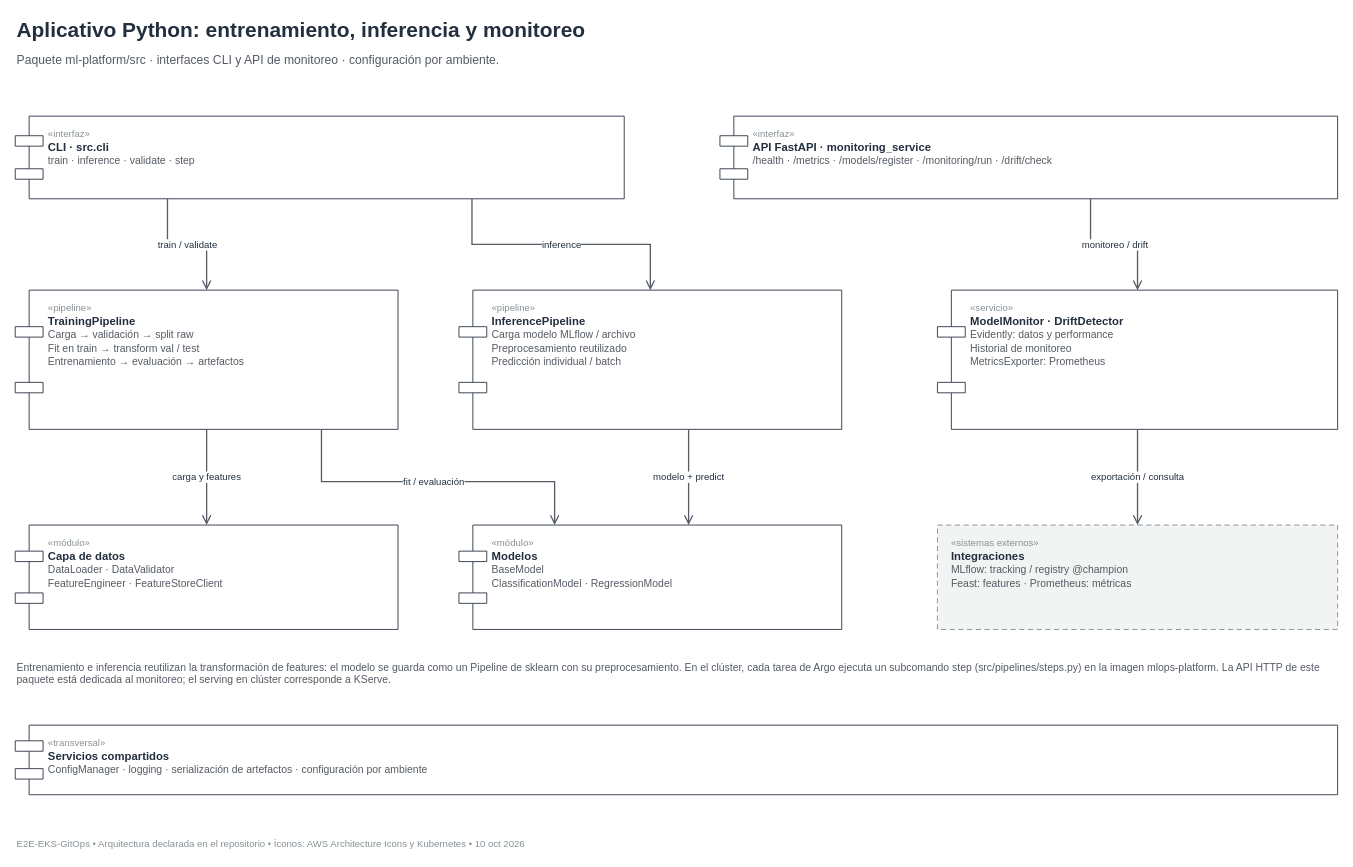
Earlier version of the draw.io diagram page "05 · Componentes Python" (5 of 5) of docs/architecture.drawio (JoseJulianMosqueraFuli/E2E-EKS-GitOps). Source tidied: cells renumbered, new cells numbered last; positions are measured from the earlier drawing's top-left corner, leaving out a move shared by most shapes. Both pictures are drawn from the tidied source at 87%, with x=0, y=0 at pixel (15, 15).
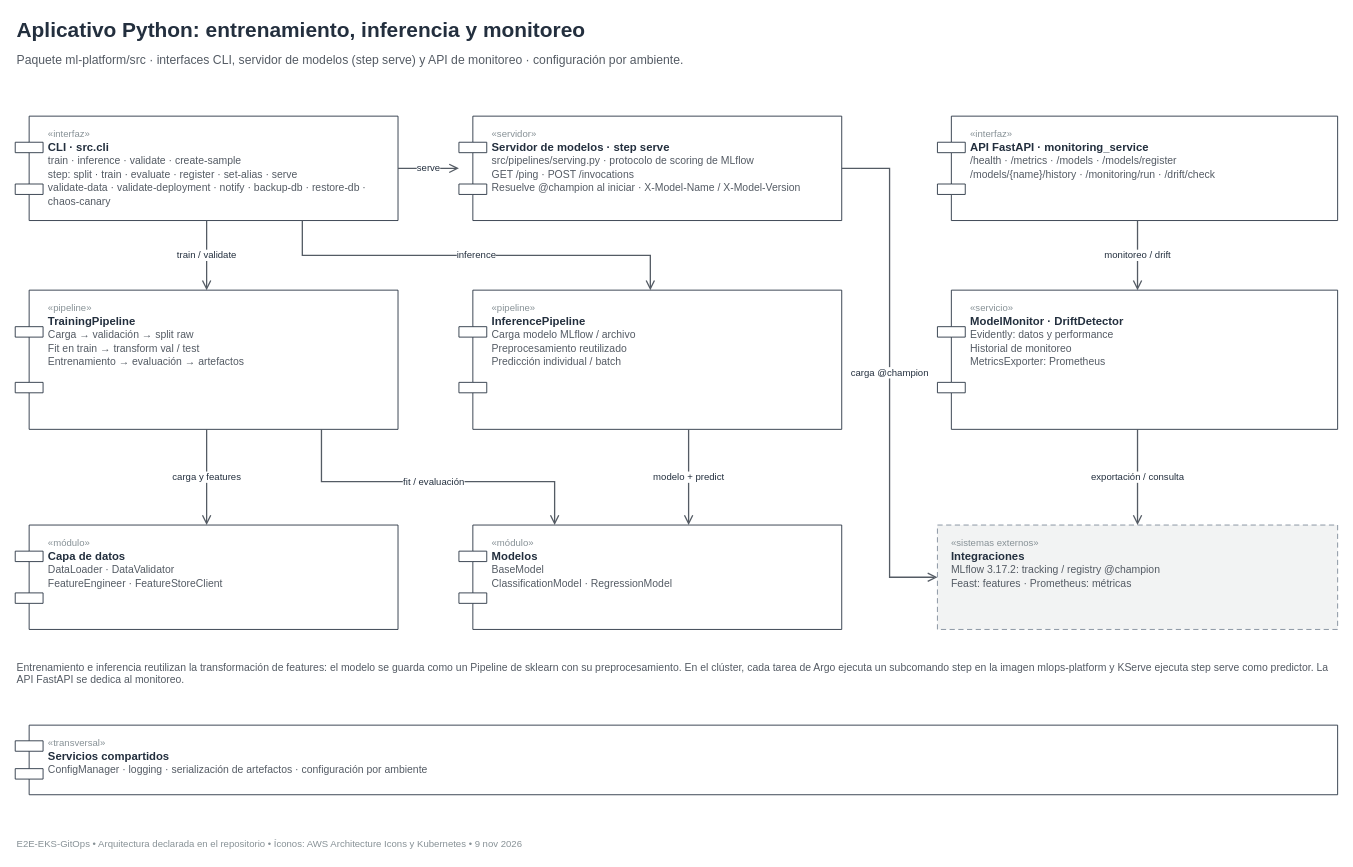
After the change.

Unchanged cells that the change refers to:
```xml
<mxCell id="7" value="&lt;font style=&quot;font-size:11px&quot; color=&quot;#879196&quot;&gt;«pipeline»&lt;/font&gt;&lt;br&gt;&lt;b&gt;TrainingPipeline&lt;/b&gt;&lt;br&gt;&lt;font style=&quot;font-size:12px&quot; color=&quot;#545B64&quot;&gt;Carga → validación → split raw&lt;/font&gt;&lt;br&gt;&lt;font style=&quot;font-size:12px&quot; color=&quot;#545B64&quot;&gt;Fit en train → transform val / test&lt;/font&gt;&lt;br&gt;&lt;font style=&quot;font-size:12px&quot; color=&quot;#545B64&quot;&gt;Entrenamiento → evaluación → artefactos&lt;/font&gt;" style="shape=component;align=left;spacingLeft=36;verticalAlign=top;spacingTop=6;whiteSpace=wrap;html=1;fillColor=#FFFFFF;strokeColor=#232F3E;fontColor=#232F3E;fontSize=13;fontFamily=Helvetica;" parent="1" vertex="1">
  <mxGeometry y="316" width="440" height="160" as="geometry" />
</mxCell>
<mxCell id="9" value="&lt;font style=&quot;font-size:11px&quot; color=&quot;#879196&quot;&gt;«servicio»&lt;/font&gt;&lt;br&gt;&lt;b&gt;ModelMonitor · DriftDetector&lt;/b&gt;&lt;br&gt;&lt;font style=&quot;font-size:12px&quot; color=&quot;#545B64&quot;&gt;Evidently: datos y performance&lt;/font&gt;&lt;br&gt;&lt;font style=&quot;font-size:12px&quot; color=&quot;#545B64&quot;&gt;Historial de monitoreo&lt;/font&gt;&lt;br&gt;&lt;font style=&quot;font-size:12px&quot; color=&quot;#545B64&quot;&gt;MetricsExporter: Prometheus&lt;/font&gt;" style="shape=component;align=left;spacingLeft=36;verticalAlign=top;spacingTop=6;whiteSpace=wrap;html=1;fillColor=#FFFFFF;strokeColor=#232F3E;fontColor=#232F3E;fontSize=13;fontFamily=Helvetica;" parent="1" vertex="1">
  <mxGeometry x="1060" y="316" width="460" height="160" as="geometry" />
</mxCell>
```

Change to the diagram source:
```diff
@@
-    <mxCell id="3" value="Paquete ml-platform/src · interfaces CLI y API de monitoreo · configuración por ambiente." style="text;html=1;align=left;verticalAlign=middle;fontSize=14;fontColor=#545B64;whiteSpace=wrap;fontFamily=Helvetica;" parent="1" vertex="1">
+    <mxCell id="3" value="Paquete ml-platform/src · interfaces CLI, servidor de modelos (step serve) y API de monitoreo · configuración por ambiente." style="text;html=1;align=left;verticalAlign=middle;fontSize=14;fontColor=#545B64;whiteSpace=wrap;fontFamily=Helvetica;" parent="1" vertex="1">
       <mxGeometry y="38" width="1520" height="26" as="geometry" />
     </mxCell>
-    <mxCell id="4" value="E2E-EKS-GitOps  •  Arquitectura declarada en el repositorio  •  Íconos: AWS Architecture Icons y Kubernetes  •  10 oct 2026" style="text;html=1;align=left;verticalAlign=middle;fontSize=11;fontColor=#879196;fontFamily=Helvetica;" parent="1" vertex="1">
+    <mxCell id="4" value="E2E-EKS-GitOps  •  Arquitectura declarada en el repositorio  •  Íconos: AWS Architecture Icons y Kubernetes  •  9 nov 2026" style="text;html=1;align=left;verticalAlign=middle;fontSize=11;fontColor=#879196;fontFamily=Helvetica;" parent="1" vertex="1">
       <mxGeometry y="942" width="1520" height="20" as="geometry" />
     </mxCell>
-    <mxCell id="5" value="&lt;font style=&quot;font-size:11px&quot; color=&quot;#879196&quot;&gt;«interfaz»&lt;/font&gt;&lt;br&gt;&lt;b&gt;CLI · src.cli&lt;/b&gt;&lt;br&gt;&lt;font style=&quot;font-size:12px&quot; color=&quot;#545B64&quot;&gt;train · inference · validate · step&lt;/font&gt;" style="shape=component;align=left;spacingLeft=36;verticalAlign=top;spacingTop=6;whiteSpace=wrap;html=1;fillColor=#FFFFFF;strokeColor=#232F3E;fontColor=#232F3E;fontSize=13;fontFamily=Helvetica;" parent="1" vertex="1">
-      <mxGeometry y="116" width="700" height="95" as="geometry" />
+    <mxCell id="5" value="&lt;font style=&quot;font-size:11px&quot; color=&quot;#879196&quot;&gt;«interfaz»&lt;/font&gt;&lt;br&gt;&lt;b&gt;CLI · src.cli&lt;/b&gt;&lt;br&gt;&lt;font style=&quot;font-size:12px&quot; color=&quot;#545B64&quot;&gt;train · inference · validate · create-sample&lt;/font&gt;&lt;br&gt;&lt;font style=&quot;font-size:12px&quot; color=&quot;#545B64&quot;&gt;step: split · train · evaluate · register · set-alias · serve&lt;/font&gt;&lt;br&gt;&lt;font style=&quot;font-size:12px&quot; color=&quot;#545B64&quot;&gt;validate-data · validate-deployment · notify · backup-db · restore-db · chaos-canary&lt;/font&gt;" style="shape=component;align=left;spacingLeft=36;verticalAlign=top;spacingTop=6;whiteSpace=wrap;html=1;fillColor=#FFFFFF;strokeColor=#232F3E;fontColor=#232F3E;fontSize=13;fontFamily=Helvetica;" parent="1" vertex="1">
+      <mxGeometry y="116" width="440" height="120" as="geometry" />
     </mxCell>
+    <mxCell id="22" value="&lt;font style=&quot;font-size:11px&quot; color=&quot;#879196&quot;&gt;«servidor»&lt;/font&gt;&lt;br&gt;&lt;b&gt;Servidor de modelos · step serve&lt;/b&gt;&lt;br&gt;&lt;font style=&quot;font-size:12px&quot; color=&quot;#545B64&quot;&gt;src/pipelines/serving.py · protocolo de scoring de MLflow&lt;/font&gt;&lt;br&gt;&lt;font style=&quot;font-size:12px&quot; color=&quot;#545B64&quot;&gt;GET /ping · POST /invocations&lt;/font&gt;&lt;br&gt;&lt;font style=&quot;font-size:12px&quot; color=&quot;#545B64&quot;&gt;Resuelve @champion al iniciar · X-Model-Name / X-Model-Version&lt;/font&gt;" style="shape=component;align=left;spacingLeft=36;verticalAlign=top;spacingTop=6;whiteSpace=wrap;html=1;fillColor=#FFFFFF;strokeColor=#232F3E;fontColor=#232F3E;fontSize=13;fontFamily=Helvetica;" parent="1" vertex="1">
+      <mxGeometry x="510" y="116" width="440" height="120" as="geometry" />
+    </mxCell>
-    <mxCell id="6" value="&lt;font style=&quot;font-size:11px&quot; color=&quot;#879196&quot;&gt;«interfaz»&lt;/font&gt;&lt;br&gt;&lt;b&gt;API FastAPI · monitoring_service&lt;/b&gt;&lt;br&gt;&lt;font style=&quot;font-size:12px&quot; color=&quot;#545B64&quot;&gt;/health · /metrics · /models/register · /monitoring/run · /drift/check&lt;/font&gt;" style="shape=component;align=left;spacingLeft=36;verticalAlign=top;spacingTop=6;whiteSpace=wrap;html=1;fillColor=#FFFFFF;strokeColor=#232F3E;fontColor=#232F3E;fontSize=13;fontFamily=Helvetica;" parent="1" vertex="1">
-      <mxGeometry x="810" y="116" width="710" height="95" as="geometry" />
+    <mxCell id="6" value="&lt;font style=&quot;font-size:11px&quot; color=&quot;#879196&quot;&gt;«interfaz»&lt;/font&gt;&lt;br&gt;&lt;b&gt;API FastAPI · monitoring_service&lt;/b&gt;&lt;br&gt;&lt;font style=&quot;font-size:12px&quot; color=&quot;#545B64&quot;&gt;/health · /metrics · /models · /models/register&lt;/font&gt;&lt;br&gt;&lt;font style=&quot;font-size:12px&quot; color=&quot;#545B64&quot;&gt;/models/{name}/history · /monitoring/run · /drift/check&lt;/font&gt;" style="shape=component;align=left;spacingLeft=36;verticalAlign=top;spacingTop=6;whiteSpace=wrap;html=1;fillColor=#FFFFFF;strokeColor=#232F3E;fontColor=#232F3E;fontSize=13;fontFamily=Helvetica;" parent="1" vertex="1">
+      <mxGeometry x="1060" y="116" width="460" height="120" as="geometry" />
     </mxCell>
@@
-    <mxCell id="12" value="&lt;font style=&quot;font-size:11px&quot; color=&quot;#879196&quot;&gt;«sistemas externos»&lt;/font&gt;&lt;br&gt;&lt;b&gt;Integraciones&lt;/b&gt;&lt;br&gt;&lt;font style=&quot;font-size:12px&quot; color=&quot;#545B64&quot;&gt;MLflow: tracking / registry @champion&lt;/font&gt;&lt;br&gt;&lt;font style=&quot;font-size:12px&quot; color=&quot;#545B64&quot;&gt;Feast: features · Prometheus: métricas&lt;/font&gt;" style="rounded=0;whiteSpace=wrap;html=1;align=left;spacingLeft=14;verticalAlign=top;spacingTop=6;fillColor=#F2F3F3;strokeColor=#7D8998;dashed=1;dashPattern=6 4;fontColor=#232F3E;fontSize=13;fontFamily=Helvetica;" parent="1" vertex="1">
+    <mxCell id="12" value="&lt;font style=&quot;font-size:11px&quot; color=&quot;#879196&quot;&gt;«sistemas externos»&lt;/font&gt;&lt;br&gt;&lt;b&gt;Integraciones&lt;/b&gt;&lt;br&gt;&lt;font style=&quot;font-size:12px&quot; color=&quot;#545B64&quot;&gt;MLflow 3.17.2: tracking / registry @champion&lt;/font&gt;&lt;br&gt;&lt;font style=&quot;font-size:12px&quot; color=&quot;#545B64&quot;&gt;Feast: features · Prometheus: métricas&lt;/font&gt;" style="rounded=0;whiteSpace=wrap;html=1;align=left;spacingLeft=14;verticalAlign=top;spacingTop=6;fillColor=#F2F3F3;strokeColor=#7D8998;dashed=1;dashPattern=6 4;fontColor=#232F3E;fontSize=13;fontFamily=Helvetica;" parent="1" vertex="1">
       <mxGeometry x="1060" y="586" width="460" height="120" as="geometry" />
     </mxCell>
@@
-    <mxCell id="14" value="Entrenamiento e inferencia reutilizan la transformación de features: el modelo se guarda como un Pipeline de sklearn con su preprocesamiento. En el clúster, cada tarea de Argo ejecuta un subcomando step (src/pipelines/steps.py) en la imagen mlops-platform. La API HTTP de este paquete está dedicada al monitoreo; el serving en clúster corresponde a KServe." style="text;html=1;align=left;verticalAlign=top;fontSize=12;fontColor=#545B64;whiteSpace=wrap;fontFamily=Helvetica;" parent="1" vertex="1">
+    <mxCell id="14" value="Entrenamiento e inferencia reutilizan la transformación de features: el modelo se guarda como un Pipeline de sklearn con su preprocesamiento. En el clúster, cada tarea de Argo ejecuta un subcomando step en la imagen mlops-platform y KServe ejecuta step serve como predictor. La API FastAPI se dedica al monitoreo." style="text;html=1;align=left;verticalAlign=top;fontSize=12;fontColor=#545B64;whiteSpace=wrap;fontFamily=Helvetica;" parent="1" vertex="1">
       <mxGeometry y="736" width="1520" height="40" as="geometry" />
     </mxCell>
-    <mxCell id="15" value="train / validate" style="edgeStyle=orthogonalEdgeStyle;rounded=0;jettySize=auto;html=1;endArrow=open;endFill=0;endSize=8;strokeColor=#545B64;strokeWidth=1.5;fontSize=11;fontColor=#232F3E;labelBackgroundColor=#FFFFFF;jumpStyle=arc;jumpSize=8;fontFamily=Helvetica;exitX=0.25;exitY=1;exitDx=0;exitDy=0;entryX=0.5;entryY=0;entryDx=0;entryDy=0;" parent="1" edge="1" source="5" target="7">
+    <mxCell id="15" value="train / validate" style="edgeStyle=orthogonalEdgeStyle;rounded=0;jettySize=auto;html=1;endArrow=open;endFill=0;endSize=8;strokeColor=#545B64;strokeWidth=1.5;fontSize=11;fontColor=#232F3E;labelBackgroundColor=#FFFFFF;jumpStyle=arc;jumpSize=8;fontFamily=Helvetica;exitX=0.5;exitY=1;exitDx=0;exitDy=0;entryX=0.5;entryY=0;entryDx=0;entryDy=0;" parent="1" edge="1" source="5" target="7">
       <mxGeometry relative="1" as="geometry" />
     </mxCell>
@@
-    <mxCell id="17" value="monitoreo / drift" style="edgeStyle=orthogonalEdgeStyle;rounded=0;jettySize=auto;html=1;endArrow=open;endFill=0;endSize=8;strokeColor=#545B64;strokeWidth=1.5;fontSize=11;fontColor=#232F3E;labelBackgroundColor=#FFFFFF;jumpStyle=arc;jumpSize=8;fontFamily=Helvetica;exitX=0.6;exitY=1;exitDx=0;exitDy=0;entryX=0.5;entryY=0;entryDx=0;entryDy=0;" parent="1" edge="1" source="6" target="9">
+    <mxCell id="17" value="monitoreo / drift" style="edgeStyle=orthogonalEdgeStyle;rounded=0;jettySize=auto;html=1;endArrow=open;endFill=0;endSize=8;strokeColor=#545B64;strokeWidth=1.5;fontSize=11;fontColor=#232F3E;labelBackgroundColor=#FFFFFF;jumpStyle=arc;jumpSize=8;fontFamily=Helvetica;exitX=0.5;exitY=1;exitDx=0;exitDy=0;entryX=0.5;entryY=0;entryDx=0;entryDy=0;" parent="1" edge="1" source="6" target="9">
       <mxGeometry relative="1" as="geometry" />
     </mxCell>
@@
+    <mxCell id="23" value="serve" style="edgeStyle=orthogonalEdgeStyle;rounded=0;jettySize=auto;html=1;endArrow=open;endFill=0;endSize=8;strokeColor=#545B64;strokeWidth=1.5;fontSize=11;fontColor=#232F3E;labelBackgroundColor=#FFFFFF;jumpStyle=arc;jumpSize=8;fontFamily=Helvetica;exitX=1;exitY=0.5;exitDx=0;exitDy=0;entryX=0;entryY=0.5;entryDx=0;entryDy=0;" parent="1" edge="1" source="5" target="22">
+      <mxGeometry relative="1" as="geometry" />
+    </mxCell>
+    <mxCell id="24" value="carga @champion" style="edgeStyle=orthogonalEdgeStyle;rounded=0;jettySize=auto;html=1;endArrow=open;endFill=0;endSize=8;strokeColor=#545B64;strokeWidth=1.5;fontSize=11;fontColor=#232F3E;labelBackgroundColor=#FFFFFF;jumpStyle=arc;jumpSize=8;fontFamily=Helvetica;exitX=1;exitY=0.5;exitDx=0;exitDy=0;entryX=0;entryY=0.5;entryDx=0;entryDy=0;" parent="1" edge="1" source="22" target="12">
+      <mxGeometry relative="1" as="geometry">
+        <Array as="points">
+          <mxPoint x="1005" y="176" />
+          <mxPoint x="1005" y="646" />
+        </Array>
+      </mxGeometry>
+    </mxCell>
```
